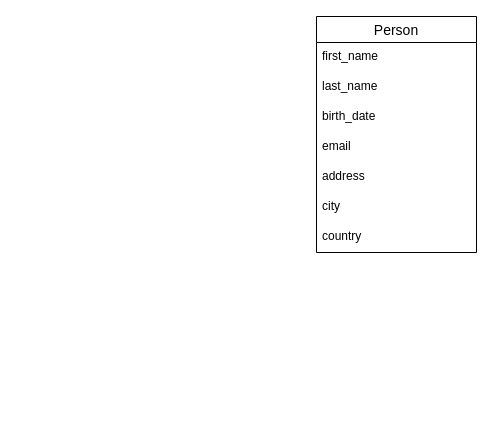
The draw.io diagram python/faker/fakeprofile/fakeprofile.drawio in geeklogbook/utilities, before the edit. Source tidied: cells renumbered, new cells numbered last; positions are measured from the earlier drawing's top-left corner, leaving out a move shared by most shapes. Both pictures are drawn from the tidied source at 100%, with x=0, y=0 at pixel (316, 16).
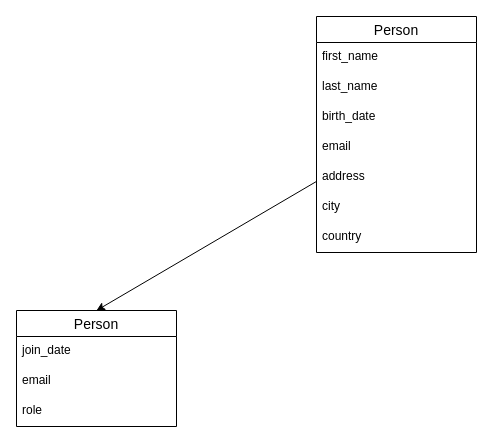
Above is the later version.

Commit message:
add bussiness Person

What changed in the source:
```diff
@@
 <mxGraphModel>
   <root>
     <mxCell id="0" />
     <mxCell id="1" parent="0" />
+    <mxCell id="10" style="edgeStyle=none;html=1;entryX=0.5;entryY=0;entryDx=0;entryDy=0;" parent="1" edge="1" source="2" target="11">
+      <mxGeometry relative="1" as="geometry" />
+    </mxCell>
     <mxCell id="2" value="Person" style="swimlane;fontStyle=0;horizontal=1;startSize=26;align=center;fontSize=14;" parent="1" vertex="1">
       <mxGeometry width="160" height="236" as="geometry" />
     </mxCell>
     <mxCell id="3" value="first_name" style="text;strokeColor=none;fillColor=none;spacingLeft=4;spacingRight=4;overflow=hidden;fontSize=12;" parent="2" vertex="1">
       <mxGeometry y="26" width="160" height="30" as="geometry" />
     </mxCell>
     <mxCell id="4" value="last_name" style="text;strokeColor=none;fillColor=none;spacingLeft=4;spacingRight=4;overflow=hidden;fontSize=12;" parent="2" vertex="1">
       <mxGeometry y="56" width="160" height="30" as="geometry" />
     </mxCell>
     <mxCell id="5" value="birth_date" style="text;strokeColor=none;fillColor=none;spacingLeft=4;spacingRight=4;overflow=hidden;fontSize=12;" parent="2" vertex="1">
       <mxGeometry y="86" width="160" height="30" as="geometry" />
     </mxCell>
     <mxCell id="6" value="email" style="text;strokeColor=none;fillColor=none;spacingLeft=4;spacingRight=4;overflow=hidden;fontSize=12;" parent="2" vertex="1">
       <mxGeometry y="116" width="160" height="30" as="geometry" />
     </mxCell>
     <mxCell id="7" value="address" style="text;strokeColor=none;fillColor=none;spacingLeft=4;spacingRight=4;overflow=hidden;fontSize=12;" parent="2" vertex="1">
       <mxGeometry y="146" width="160" height="30" as="geometry" />
     </mxCell>
     <mxCell id="8" value="city" style="text;strokeColor=none;fillColor=none;spacingLeft=4;spacingRight=4;overflow=hidden;fontSize=12;" parent="2" vertex="1">
       <mxGeometry y="176" width="160" height="30" as="geometry" />
     </mxCell>
     <mxCell id="9" value="country" style="text;strokeColor=none;fillColor=none;spacingLeft=4;spacingRight=4;overflow=hidden;fontSize=12;" parent="2" vertex="1">
       <mxGeometry y="206" width="160" height="30" as="geometry" />
     </mxCell>
+    <mxCell id="11" value="Person" style="swimlane;fontStyle=0;horizontal=1;startSize=26;align=center;fontSize=14;" parent="1" vertex="1">
+      <mxGeometry x="-300" y="294" width="160" height="116" as="geometry" />
+    </mxCell>
+    <mxCell id="12" value="join_date" style="text;strokeColor=none;fillColor=none;spacingLeft=4;spacingRight=4;overflow=hidden;fontSize=12;" parent="11" vertex="1">
+      <mxGeometry y="26" width="160" height="30" as="geometry" />
+    </mxCell>
+    <mxCell id="13" value="email" style="text;strokeColor=none;fillColor=none;spacingLeft=4;spacingRight=4;overflow=hidden;fontSize=12;" parent="11" vertex="1">
+      <mxGeometry y="56" width="160" height="30" as="geometry" />
+    </mxCell>
+    <mxCell id="14" value="role" style="text;strokeColor=none;fillColor=none;spacingLeft=4;spacingRight=4;overflow=hidden;fontSize=12;" parent="11" vertex="1">
+      <mxGeometry y="86" width="160" height="30" as="geometry" />
+    </mxCell>
   </root>
 </mxGraphModel>
```
